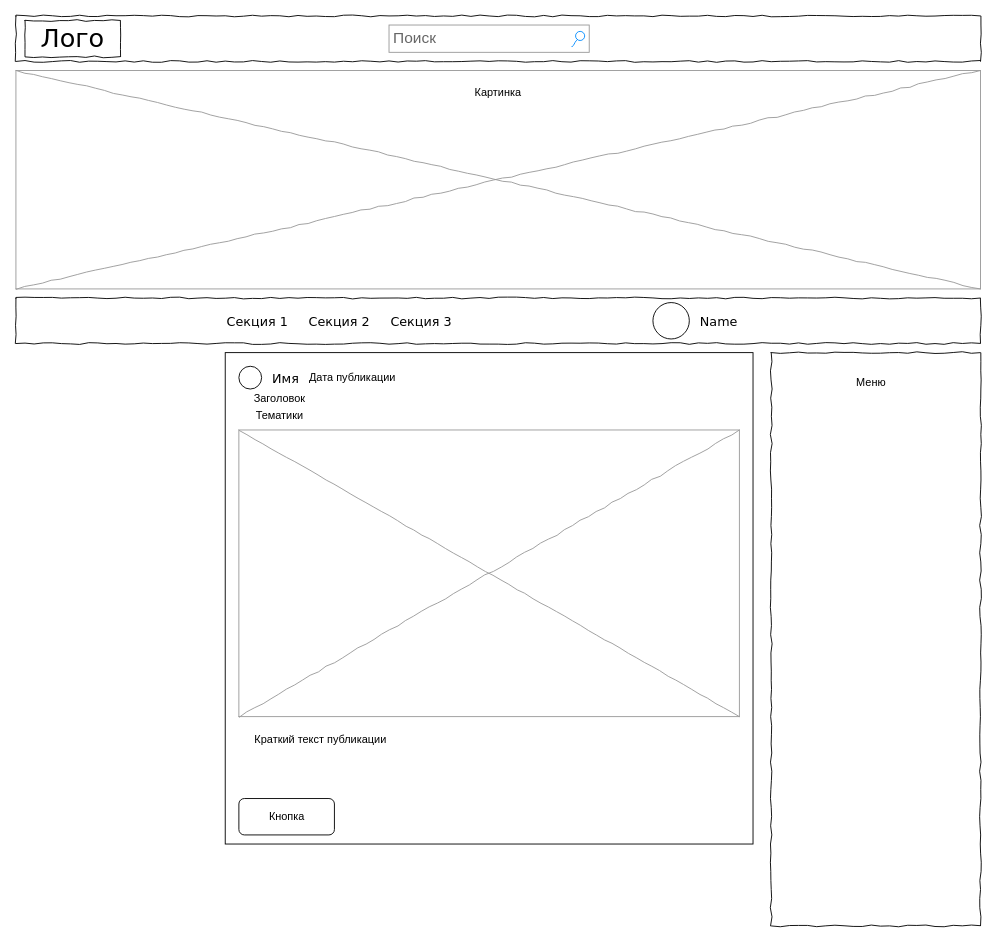
igKaneProgrammer/allprojects keeps this draw.io diagram as Макет страниц WEB/Основная.drawio. Above is the earlier version. Source tidied: cells renumbered, new cells numbered last; positions are measured from the earlier drawing's top-left corner, leaving out a move shared by most shapes. Both pictures are drawn from the tidied source at 91%, with x=0, y=0 at pixel (15, 15).
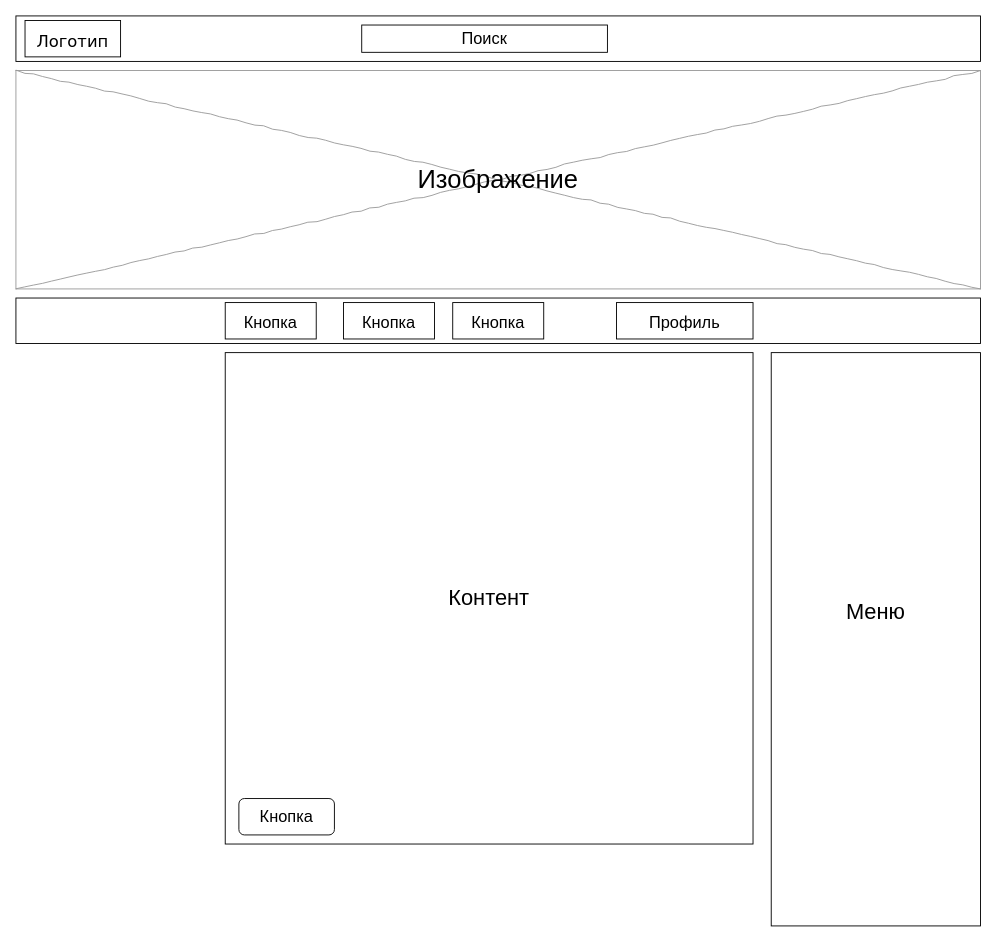
The same page after the edit.

Diff of the diagram source:
```diff
@@
-    <mxCell id="2" style="whiteSpace=wrap;html=1;rounded=0;shadow=0;labelBackgroundColor=none;strokeColor=#000000;strokeWidth=1;fillColor=none;fontFamily=Verdana;fontSize=12;fontColor=#000000;align=center;comic=1;" parent="1" vertex="1">
+    <mxCell id="2" style="whiteSpace=wrap;html=1;rounded=0;shadow=0;labelBackgroundColor=none;strokeColor=default;strokeWidth=1;fillColor=none;fontFamily=Verdana;fontSize=12;fontColor=#000000;align=center;comic=0;imageAspect=1;" parent="1" vertex="1">
       <mxGeometry width="1060" height="50" as="geometry" />
     </mxCell>
-    <mxCell id="3" value="Лого" style="whiteSpace=wrap;html=1;rounded=0;shadow=0;labelBackgroundColor=none;strokeWidth=1;fontFamily=Verdana;fontSize=28;align=center;comic=1;" parent="1" vertex="1">
+    <mxCell id="3" value="&lt;font style=&quot;font-size: 18px;&quot;&gt;Логотип&lt;/font&gt;" style="whiteSpace=wrap;html=1;rounded=0;shadow=0;labelBackgroundColor=none;strokeWidth=1;fontFamily=Verdana;fontSize=28;align=center;comic=0;" parent="1" vertex="1">
       <mxGeometry x="10" y="5" width="105" height="40" as="geometry" />
     </mxCell>
-    <mxCell id="4" value="Поиск" style="strokeWidth=1;shadow=0;dashed=0;align=center;html=1;shape=mxgraph.mockup.forms.searchBox;strokeColor=#999999;mainText=;strokeColor2=#008cff;fontColor=#666666;fontSize=17;align=left;spacingLeft=3;rounded=0;labelBackgroundColor=none;comic=1;" parent="1" vertex="1">
-      <mxGeometry x="410" y="10" width="220" height="30" as="geometry" />
-    </mxCell>
-    <mxCell id="5" style="whiteSpace=wrap;html=1;rounded=0;shadow=0;labelBackgroundColor=none;strokeWidth=1;fillColor=none;fontFamily=Verdana;fontSize=12;align=center;comic=1;" parent="1" vertex="1">
+    <mxCell id="5" style="whiteSpace=wrap;html=1;rounded=0;shadow=0;labelBackgroundColor=none;strokeWidth=1;fillColor=none;fontFamily=Verdana;fontSize=12;align=center;comic=0;" parent="1" vertex="1">
       <mxGeometry y="310" width="1060" height="50" as="geometry" />
     </mxCell>
-    <mxCell id="6" value="Секция 1" style="text;html=1;align=left;verticalAlign=top;spacingTop=-4;fontSize=14;fontFamily=Verdana;" parent="1" vertex="1">
-      <mxGeometry x="230" y="325" width="60" height="20" as="geometry" />
-    </mxCell>
-    <mxCell id="7" value="Секция 2" style="text;html=1;align=left;verticalAlign=top;spacingTop=-4;fontSize=14;fontFamily=Verdana;" parent="1" vertex="1">
-      <mxGeometry x="320" y="325" width="60" height="20" as="geometry" />
-    </mxCell>
-    <mxCell id="8" value="Секция 3" style="text;html=1;align=left;verticalAlign=top;spacingTop=-4;fontSize=14;fontFamily=Verdana;" parent="1" vertex="1">
-      <mxGeometry x="410" y="325" width="60" height="20" as="geometry" />
-    </mxCell>
-    <mxCell id="9" value="Name" style="text;html=1;align=left;verticalAlign=top;spacingTop=-4;fontSize=14;fontFamily=Verdana;" parent="1" vertex="1">
-      <mxGeometry x="750" y="325" width="60" height="20" as="geometry" />
-    </mxCell>
-    <mxCell id="10" style="whiteSpace=wrap;html=1;rounded=0;shadow=0;labelBackgroundColor=none;strokeWidth=1;fillColor=none;fontFamily=Verdana;fontSize=12;align=center;comic=1;" parent="1" vertex="1">
+    <mxCell id="10" style="whiteSpace=wrap;html=1;rounded=0;shadow=0;labelBackgroundColor=none;strokeWidth=1;fillColor=none;fontFamily=Verdana;fontSize=12;align=center;comic=0;" parent="1" vertex="1">
       <mxGeometry x="830" y="370" width="230" height="630" as="geometry" />
     </mxCell>
@@
-    <mxCell id="12" style="ellipse;whiteSpace=wrap;html=1;" parent="1" vertex="1">
-      <mxGeometry x="700" y="315" width="40" height="40" as="geometry" />
-    </mxCell>
@@
-    <mxCell id="14" value="Картинка" style="text;html=1;strokeColor=none;fillColor=none;align=center;verticalAlign=middle;whiteSpace=wrap;rounded=0;" parent="1" vertex="1">
-      <mxGeometry x="500" y="70" width="60" height="30" as="geometry" />
-    </mxCell>
-    <mxCell id="15" style="rounded=0;whiteSpace=wrap;html=1;" parent="1" vertex="1">
+    <mxCell id="15" value="&lt;font style=&quot;font-size: 24px;&quot;&gt;Контент&lt;/font&gt;" style="rounded=0;whiteSpace=wrap;html=1;" parent="1" vertex="1">
       <mxGeometry x="230" y="370" width="580" height="540" as="geometry" />
     </mxCell>
-    <mxCell id="16" style="verticalLabelPosition=bottom;shadow=0;dashed=0;align=center;html=1;verticalAlign=top;strokeWidth=1;shape=mxgraph.mockup.graphics.simpleIcon;strokeColor=#999999;rounded=0;labelBackgroundColor=none;fontFamily=Verdana;fontSize=14;fontColor=#000000;comic=1;" parent="1" vertex="1">
-      <mxGeometry x="245" y="455" width="550" height="315" as="geometry" />
-    </mxCell>
-    <mxCell id="17" value="Имя" style="text;html=1;align=left;verticalAlign=top;spacingTop=-4;fontSize=14;fontFamily=Verdana;" parent="1" vertex="1">
-      <mxGeometry x="280" y="387.5" width="60" height="20" as="geometry" />
-    </mxCell>
-    <mxCell id="18" style="ellipse;whiteSpace=wrap;html=1;" parent="1" vertex="1">
-      <mxGeometry x="245" y="385" width="25" height="25" as="geometry" />
-    </mxCell>
-    <mxCell id="19" value="Заголовок" style="text;html=1;strokeColor=none;fillColor=none;align=center;verticalAlign=middle;whiteSpace=wrap;rounded=0;" parent="1" vertex="1">
-      <mxGeometry x="260" y="412.5" width="60" height="17.5" as="geometry" />
-    </mxCell>
-    <mxCell id="20" value="Дата публикации" style="text;html=1;strokeColor=none;fillColor=none;align=center;verticalAlign=middle;whiteSpace=wrap;rounded=0;" parent="1" vertex="1">
-      <mxGeometry x="320" y="382.5" width="100" height="30" as="geometry" />
-    </mxCell>
-    <mxCell id="21" value="Тематики" style="text;html=1;strokeColor=none;fillColor=none;align=center;verticalAlign=middle;whiteSpace=wrap;rounded=0;" parent="1" vertex="1">
-      <mxGeometry x="260" y="430" width="60" height="17.5" as="geometry" />
-    </mxCell>
-    <mxCell id="22" value="Краткий текст публикации" style="text;html=1;strokeColor=none;fillColor=none;align=center;verticalAlign=middle;whiteSpace=wrap;rounded=0;" parent="1" vertex="1">
-      <mxGeometry x="245" y="780" width="180" height="30" as="geometry" />
-    </mxCell>
-    <mxCell id="23" style="rounded=1;whiteSpace=wrap;html=1;" parent="1" vertex="1">
+    <mxCell id="23" value="&lt;font style=&quot;font-size: 18px;&quot;&gt;Кнопка&lt;/font&gt;" style="rounded=1;whiteSpace=wrap;html=1;" parent="1" vertex="1">
       <mxGeometry x="245" y="860" width="105" height="40" as="geometry" />
     </mxCell>
-    <mxCell id="24" value="Кнопка" style="text;html=1;strokeColor=none;fillColor=none;align=center;verticalAlign=middle;whiteSpace=wrap;rounded=0;" parent="1" vertex="1">
-      <mxGeometry x="267.5" y="865" width="60" height="30" as="geometry" />
-    </mxCell>
-    <mxCell id="25" value="Меню" style="text;html=1;strokeColor=none;fillColor=none;align=center;verticalAlign=middle;whiteSpace=wrap;rounded=0;" parent="1" vertex="1">
-      <mxGeometry x="910" y="387.5" width="60" height="30" as="geometry" />
+    <mxCell id="25" value="&lt;font style=&quot;font-size: 24px;&quot;&gt;Меню&lt;/font&gt;" style="text;html=1;strokeColor=none;fillColor=none;align=center;verticalAlign=middle;whiteSpace=wrap;rounded=0;" parent="1" vertex="1">
+      <mxGeometry x="915" y="640" width="60" height="30" as="geometry" />
     </mxCell>
+    <mxCell id="26" value="&lt;font style=&quot;font-size: 18px;&quot;&gt;Кнопка&lt;/font&gt;" style="rounded=0;whiteSpace=wrap;html=1;comic=0;strokeColor=default;fontSize=24;" parent="1" vertex="1">
+      <mxGeometry x="230" y="315" width="100" height="40" as="geometry" />
+    </mxCell>
+    <mxCell id="27" value="&lt;font style=&quot;font-size: 18px;&quot;&gt;Кнопка&lt;/font&gt;" style="rounded=0;whiteSpace=wrap;html=1;comic=0;strokeColor=default;fontSize=24;" parent="1" vertex="1">
+      <mxGeometry x="360" y="315" width="100" height="40" as="geometry" />
+    </mxCell>
+    <mxCell id="28" value="&lt;font style=&quot;font-size: 18px;&quot;&gt;Кнопка&lt;/font&gt;" style="rounded=0;whiteSpace=wrap;html=1;comic=0;strokeColor=default;fontSize=24;" parent="1" vertex="1">
+      <mxGeometry x="480" y="315" width="100" height="40" as="geometry" />
+    </mxCell>
+    <mxCell id="29" value="&lt;font style=&quot;font-size: 18px;&quot;&gt;Профиль&lt;/font&gt;" style="rounded=0;whiteSpace=wrap;html=1;comic=0;strokeColor=default;fontSize=24;" parent="1" vertex="1">
+      <mxGeometry x="660" y="315" width="150" height="40" as="geometry" />
+    </mxCell>
+    <mxCell id="4" value="Поиск" style="rounded=0;whiteSpace=wrap;html=1;comic=0;strokeColor=default;fontSize=18;" parent="1" vertex="1">
+      <mxGeometry x="380" y="10" width="270" height="30" as="geometry" />
+    </mxCell>
+    <mxCell id="30" value="&lt;font style=&quot;font-size: 28px;&quot;&gt;Изображение&lt;/font&gt;" style="text;html=1;strokeColor=none;fillColor=none;align=center;verticalAlign=middle;whiteSpace=wrap;rounded=0;comic=0;fontSize=18;" parent="1" vertex="1">
+      <mxGeometry x="500" y="165" width="60" height="30" as="geometry" />
+    </mxCell>
```
